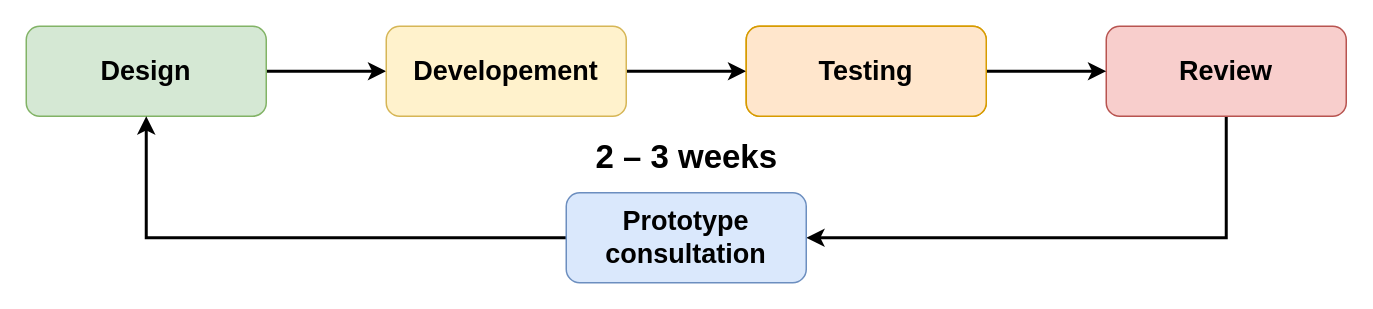
tehryn/diploma-thesis keeps this draw.io diagram as text/draw/developementModel.drawio. Above is the earlier version. Source tidied: cells renumbered, new cells numbered last; positions are measured from the earlier drawing's top-left corner, leaving out a move shared by most shapes. Both pictures are drawn from the tidied source at 150%, with x=0, y=0 at pixel (26, 26).
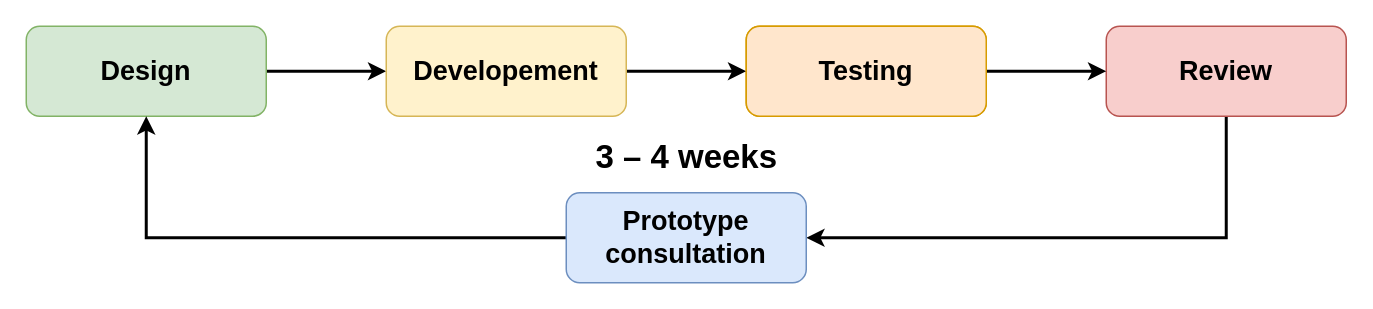
The same diagram, later.

Change to the diagram source:
```diff
@@
 <mxGraphModel>
   <root>
     <mxCell id="0" />
     <mxCell id="1" parent="0" />
     <mxCell id="2" style="edgeStyle=orthogonalEdgeStyle;rounded=0;jettySize=auto;html=1;exitX=1;exitY=0.5;exitDx=0;exitDy=0;entryX=0;entryY=0.5;entryDx=0;entryDy=0;fontSize=16;fontStyle=1;strokeWidth=2;" parent="1" edge="1" source="3" target="9">
       <mxGeometry relative="1" as="geometry" />
     </mxCell>
     <mxCell id="3" value="Design" style="rounded=1;whiteSpace=wrap;html=1;fontSize=18;fontStyle=1;fillColor=#d5e8d4;strokeColor=#82b366;" parent="1" vertex="1">
       <mxGeometry width="160" height="60" as="geometry" />
     </mxCell>
     <mxCell id="4" style="edgeStyle=orthogonalEdgeStyle;rounded=0;jettySize=auto;html=1;entryX=1;entryY=0.5;entryDx=0;entryDy=0;fontSize=16;fontStyle=1;endSize=6;strokeWidth=2;" parent="1" edge="1" source="5" target="12">
       <mxGeometry relative="1" as="geometry">
         <Array as="points">
           <mxPoint x="800" y="141" />
         </Array>
       </mxGeometry>
     </mxCell>
     <mxCell id="5" value="Review" style="rounded=1;whiteSpace=wrap;html=1;fontSize=18;fontStyle=1;fillColor=#f8cecc;strokeColor=#b85450;" parent="1" vertex="1">
       <mxGeometry x="720" width="160" height="60" as="geometry" />
     </mxCell>
     <mxCell id="6" style="edgeStyle=orthogonalEdgeStyle;rounded=0;jettySize=auto;html=1;entryX=0;entryY=0.5;entryDx=0;entryDy=0;fontSize=16;fontStyle=1;strokeWidth=2;" parent="1" edge="1" source="7" target="5">
       <mxGeometry relative="1" as="geometry" />
     </mxCell>
     <mxCell id="7" value="Testing" style="rounded=1;whiteSpace=wrap;html=1;fontSize=16;fontStyle=1;fillColor=#ffe6cc;strokeColor=#d79b00;" parent="1" vertex="1">
       <mxGeometry x="480" width="160" height="60" as="geometry" />
     </mxCell>
     <mxCell id="8" style="edgeStyle=orthogonalEdgeStyle;rounded=0;jettySize=auto;html=1;entryX=0;entryY=0.5;entryDx=0;entryDy=0;fontSize=16;fontStyle=1;strokeWidth=2;" parent="1" edge="1" source="9" target="7">
       <mxGeometry relative="1" as="geometry" />
     </mxCell>
     <mxCell id="9" value="Developement" style="rounded=1;whiteSpace=wrap;html=1;fontSize=18;fontStyle=1;fillColor=#fff2cc;strokeColor=#d6b656;" parent="1" vertex="1">
       <mxGeometry x="240" width="160" height="60" as="geometry" />
     </mxCell>
     <mxCell id="10" value="Testing" style="rounded=1;whiteSpace=wrap;html=1;fontSize=18;fontStyle=1;fillColor=#ffe6cc;strokeColor=#d79b00;strokeWidth=1;" parent="1" vertex="1">
       <mxGeometry x="480" width="160" height="60" as="geometry" />
     </mxCell>
     <mxCell id="11" style="edgeStyle=orthogonalEdgeStyle;rounded=0;jettySize=auto;html=1;fontSize=16;fontStyle=1;strokeWidth=2;" parent="1" edge="1" source="12" target="3">
       <mxGeometry relative="1" as="geometry" />
     </mxCell>
     <mxCell id="12" value="Prototype&lt;br style=&quot;font-size: 18px;&quot;&gt;consultation" style="rounded=1;whiteSpace=wrap;html=1;fontSize=18;fontStyle=1;fillColor=#dae8fc;strokeColor=#6c8ebf;" parent="1" vertex="1">
       <mxGeometry x="360" y="111" width="160" height="60" as="geometry" />
     </mxCell>
-    <mxCell id="13" value="2 – 3 weeks" style="text;html=1;fontSize=22;align=center;fontStyle=1;" parent="1" vertex="1">
+    <mxCell id="13" value="3 – 4 weeks" style="text;html=1;fontSize=22;align=center;fontStyle=1;" parent="1" vertex="1">
       <mxGeometry x="380" y="68" width="120" height="36" as="geometry" />
     </mxCell>
   </root>
 </mxGraphModel>
```
